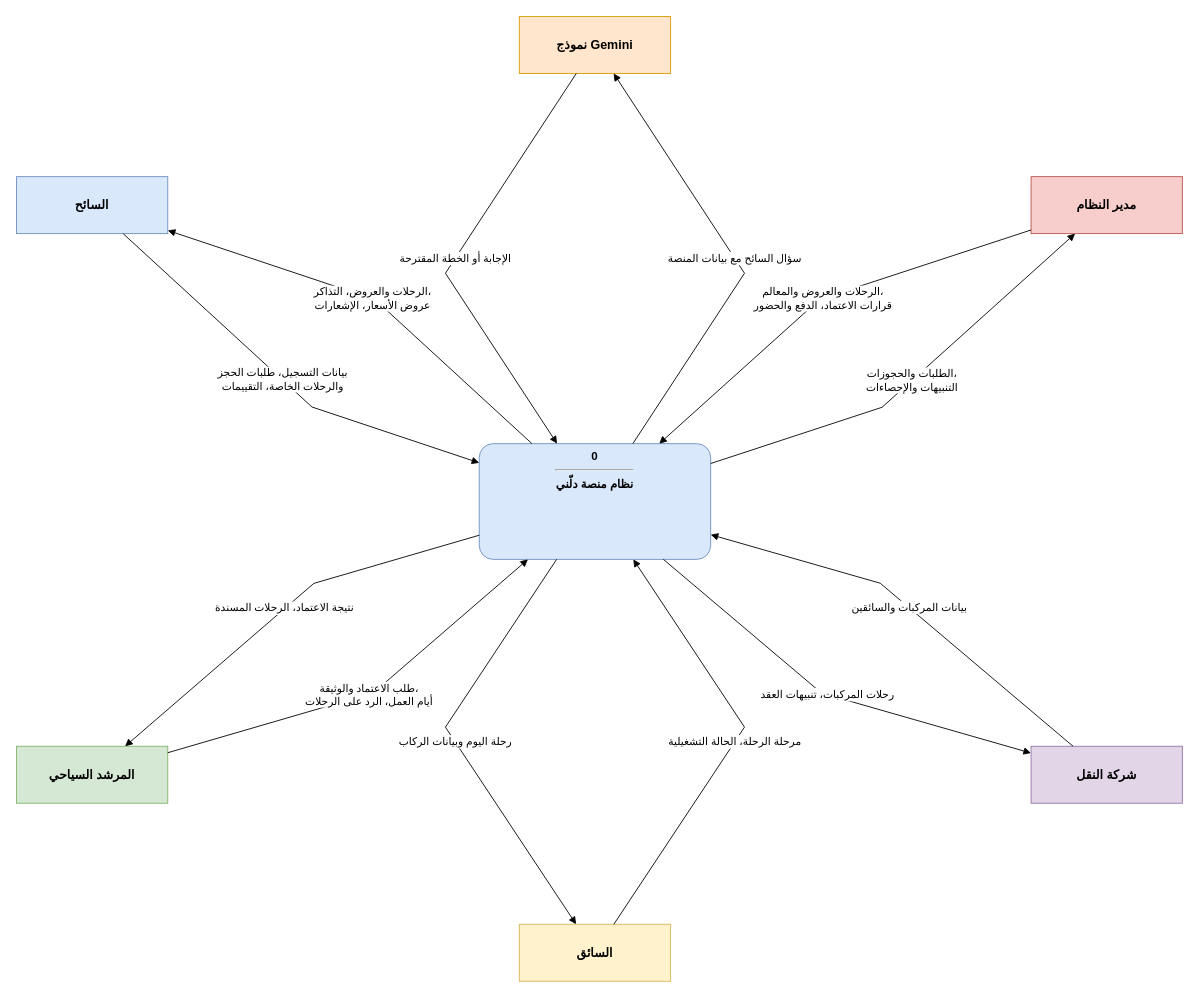
This is مخططات_التحليل_drawio/dfd00_context.drawio from masara-prog/Delni-project, a draw.io file, before an edit. Source tidied: cells renumbered, new cells numbered last; positions are measured from the earlier drawing's top-left corner, leaving out a move shared by most shapes. Both pictures are drawn from the tidied source at 89%, with x=0, y=0 at pixel (16, 16).
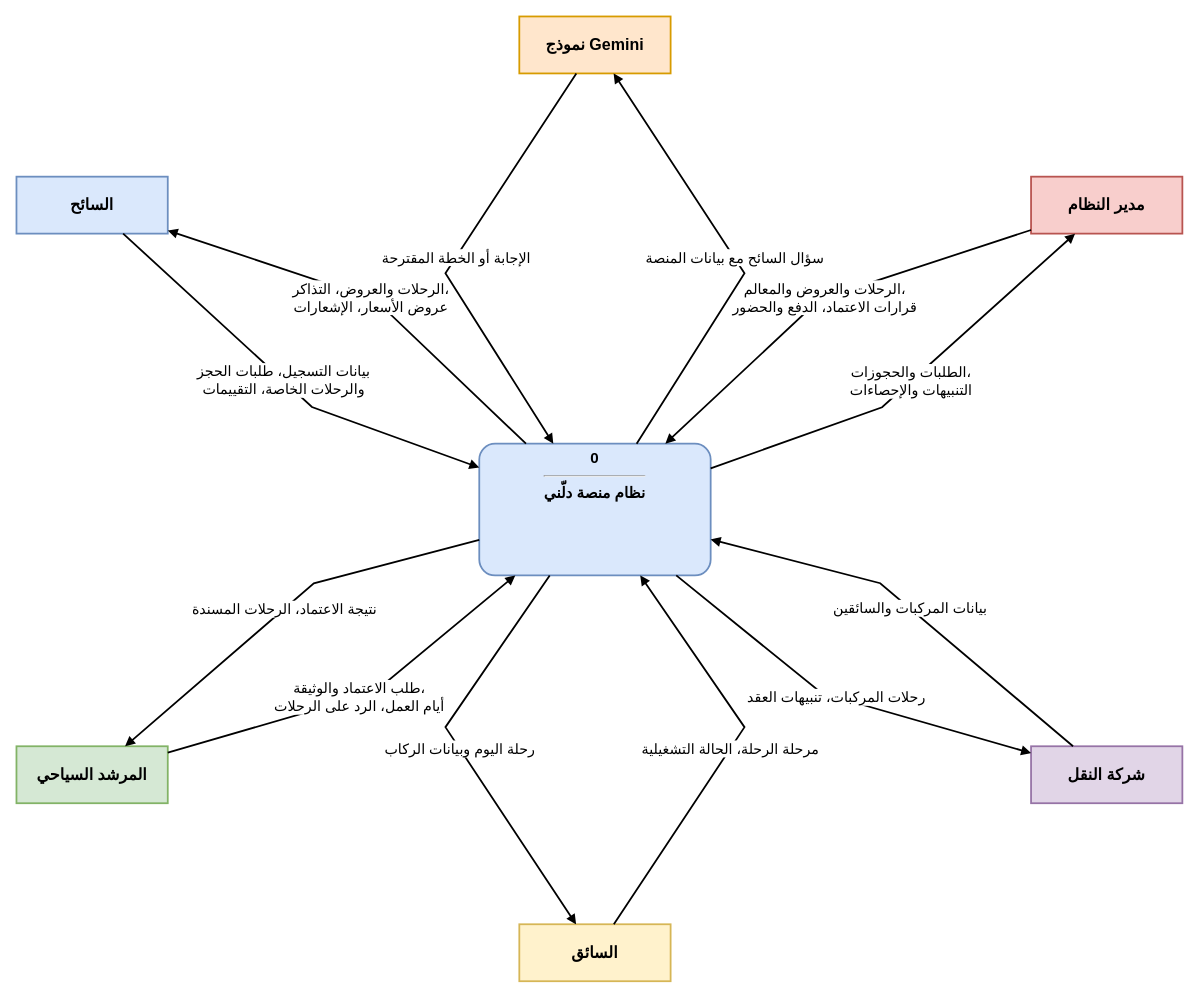
Above is the later version.

Diff of the diagram source:
```diff
@@
-    <mxCell id="2" value="&lt;b&gt;0&lt;/b&gt;&lt;hr&gt;نظام منصة دلّني" style="rounded=1;arcSize=12;verticalAlign=top;html=1;whiteSpace=wrap;fontFamily=Arial;fontSize=13;fontStyle=1;fillColor=#dae8fc;strokeColor=#6c8ebf;" parent="1" vertex="1">
-      <mxGeometry x="520" y="480" width="260" height="130" as="geometry" />
+    <mxCell id="2" value="&lt;b&gt;0&lt;/b&gt;&lt;hr&gt;نظام منصة دلّني" style="rounded=1;arcSize=12;verticalAlign=top;html=1;whiteSpace=wrap;fontFamily=Arial;fontSize=17;fontStyle=1;fillColor=#dae8fc;strokeColor=#6c8ebf;strokeWidth=2;" parent="1" vertex="1">
+      <mxGeometry x="520" y="480" width="260" height="148" as="geometry" />
     </mxCell>
-    <mxCell id="3" value="السائح" style="rounded=0;html=1;whiteSpace=wrap;fontFamily=Arial;fontSize=14;fontStyle=1;fillColor=#dae8fc;strokeColor=#6c8ebf;" parent="1" vertex="1">
+    <mxCell id="3" value="السائح" style="rounded=0;html=1;whiteSpace=wrap;fontFamily=Arial;fontSize=18;fontStyle=1;fillColor=#dae8fc;strokeColor=#6c8ebf;strokeWidth=2;" parent="1" vertex="1">
       <mxGeometry y="180" width="170" height="64" as="geometry" />
     </mxCell>
-    <mxCell id="4" value="المرشد السياحي" style="rounded=0;html=1;whiteSpace=wrap;fontFamily=Arial;fontSize=14;fontStyle=1;fillColor=#d5e8d4;strokeColor=#82b366;" parent="1" vertex="1">
+    <mxCell id="4" value="المرشد السياحي" style="rounded=0;html=1;whiteSpace=wrap;fontFamily=Arial;fontSize=18;fontStyle=1;fillColor=#d5e8d4;strokeColor=#82b366;strokeWidth=2;" parent="1" vertex="1">
       <mxGeometry y="820" width="170" height="64" as="geometry" />
     </mxCell>
-    <mxCell id="5" value="مدير النظام" style="rounded=0;html=1;whiteSpace=wrap;fontFamily=Arial;fontSize=14;fontStyle=1;fillColor=#f8cecc;strokeColor=#b85450;" parent="1" vertex="1">
+    <mxCell id="5" value="مدير النظام" style="rounded=0;html=1;whiteSpace=wrap;fontFamily=Arial;fontSize=18;fontStyle=1;fillColor=#f8cecc;strokeColor=#b85450;strokeWidth=2;" parent="1" vertex="1">
       <mxGeometry x="1140" y="180" width="170" height="64" as="geometry" />
     </mxCell>
-    <mxCell id="6" value="شركة النقل" style="rounded=0;html=1;whiteSpace=wrap;fontFamily=Arial;fontSize=14;fontStyle=1;fillColor=#e1d5e7;strokeColor=#9673a6;" parent="1" vertex="1">
+    <mxCell id="6" value="شركة النقل" style="rounded=0;html=1;whiteSpace=wrap;fontFamily=Arial;fontSize=18;fontStyle=1;fillColor=#e1d5e7;strokeColor=#9673a6;strokeWidth=2;" parent="1" vertex="1">
       <mxGeometry x="1140" y="820" width="170" height="64" as="geometry" />
     </mxCell>
-    <mxCell id="7" value="السائق" style="rounded=0;html=1;whiteSpace=wrap;fontFamily=Arial;fontSize=14;fontStyle=1;fillColor=#fff2cc;strokeColor=#d6b656;" parent="1" vertex="1">
+    <mxCell id="7" value="السائق" style="rounded=0;html=1;whiteSpace=wrap;fontFamily=Arial;fontSize=18;fontStyle=1;fillColor=#fff2cc;strokeColor=#d6b656;strokeWidth=2;" parent="1" vertex="1">
       <mxGeometry x="565" y="1020" width="170" height="64" as="geometry" />
     </mxCell>
-    <mxCell id="8" value="نموذج Gemini" style="rounded=0;html=1;whiteSpace=wrap;fontFamily=Arial;fontSize=14;fontStyle=1;fillColor=#ffe6cc;strokeColor=#d79b00;" parent="1" vertex="1">
+    <mxCell id="8" value="نموذج Gemini" style="rounded=0;html=1;whiteSpace=wrap;fontFamily=Arial;fontSize=18;fontStyle=1;fillColor=#ffe6cc;strokeColor=#d79b00;strokeWidth=2;" parent="1" vertex="1">
       <mxGeometry x="565" width="170" height="64" as="geometry" />
     </mxCell>
-    <mxCell id="9" value="بيانات التسجيل، طلبات الحجز&lt;br&gt;والرحلات الخاصة، التقييمات" style="endArrow=block;endFill=1;html=1;rounded=0;fontFamily=Arial;fontSize=12;labelBackgroundColor=#ffffff;" parent="1" edge="1" source="3" target="2">
+    <mxCell id="9" value="بيانات التسجيل، طلبات الحجز&lt;br&gt;والرحلات الخاصة، التقييمات" style="endArrow=block;endFill=1;html=1;rounded=0;fontFamily=Arial;fontSize=16;labelBackgroundColor=#ffffff;strokeWidth=2;" parent="1" edge="1" source="3" target="2">
       <mxGeometry relative="1" as="geometry">
         <Array as="points">
           <mxPoint x="332" y="438.8" />
         </Array>
       </mxGeometry>
     </mxCell>
-    <mxCell id="10" value="الرحلات والعروض، التذاكر،&lt;br&gt;عروض الأسعار، الإشعارات" style="endArrow=block;endFill=1;html=1;rounded=0;fontFamily=Arial;fontSize=12;labelBackgroundColor=#ffffff;" parent="1" edge="1" source="2" target="3">
+    <mxCell id="10" value="الرحلات والعروض، التذاكر،&lt;br&gt;عروض الأسعار، الإشعارات" style="endArrow=block;endFill=1;html=1;rounded=0;fontFamily=Arial;fontSize=16;labelBackgroundColor=#ffffff;strokeWidth=2;" parent="1" edge="1" source="2" target="3">
       <mxGeometry relative="1" as="geometry">
         <Array as="points">
           <mxPoint x="403" y="318.2" />
         </Array>
       </mxGeometry>
     </mxCell>
-    <mxCell id="11" value="طلب الاعتماد والوثيقة،&lt;br&gt;أيام العمل، الرد على الرحلات" style="endArrow=block;endFill=1;html=1;rounded=0;fontFamily=Arial;fontSize=12;labelBackgroundColor=#ffffff;" parent="1" edge="1" source="4" target="2">
+    <mxCell id="11" value="طلب الاعتماد والوثيقة،&lt;br&gt;أيام العمل، الرد على الرحلات" style="endArrow=block;endFill=1;html=1;rounded=0;fontFamily=Arial;fontSize=16;labelBackgroundColor=#ffffff;strokeWidth=2;" parent="1" edge="1" source="4" target="2">
       <mxGeometry relative="1" as="geometry">
         <Array as="points">
           <mxPoint x="400.9" y="760" />
         </Array>
       </mxGeometry>
     </mxCell>
-    <mxCell id="12" value="نتيجة الاعتماد، الرحلات المسندة" style="endArrow=block;endFill=1;html=1;rounded=0;fontFamily=Arial;fontSize=12;labelBackgroundColor=#ffffff;" parent="1" edge="1" source="2" target="4">
+    <mxCell id="12" value="نتيجة الاعتماد، الرحلات المسندة" style="endArrow=block;endFill=1;html=1;rounded=0;fontFamily=Arial;fontSize=16;labelBackgroundColor=#ffffff;strokeWidth=2;" parent="1" edge="1" source="2" target="4">
       <mxGeometry relative="1" as="geometry">
         <Array as="points">
           <mxPoint x="334.1" y="637" />
         </Array>
       </mxGeometry>
     </mxCell>
-    <mxCell id="13" value="الرحلات والعروض والمعالم،&lt;br&gt;قرارات الاعتماد، الدفع والحضور" style="endArrow=block;endFill=1;html=1;rounded=0;fontFamily=Arial;fontSize=12;labelBackgroundColor=#ffffff;" parent="1" edge="1" source="5" target="2">
+    <mxCell id="13" value="الرحلات والعروض والمعالم،&lt;br&gt;قرارات الاعتماد، الدفع والحضور" style="endArrow=block;endFill=1;html=1;rounded=0;fontFamily=Arial;fontSize=16;labelBackgroundColor=#ffffff;strokeWidth=2;" parent="1" edge="1" source="5" target="2">
       <mxGeometry relative="1" as="geometry">
         <Array as="points">
           <mxPoint x="902.4" y="317.9" />
         </Array>
       </mxGeometry>
     </mxCell>
-    <mxCell id="14" value="الطلبات والحجوزات،&lt;br&gt;التنبيهات والإحصاءات" style="endArrow=block;endFill=1;html=1;rounded=0;fontFamily=Arial;fontSize=12;labelBackgroundColor=#ffffff;" parent="1" edge="1" source="2" target="5">
+    <mxCell id="14" value="الطلبات والحجوزات،&lt;br&gt;التنبيهات والإحصاءات" style="endArrow=block;endFill=1;html=1;rounded=0;fontFamily=Arial;fontSize=16;labelBackgroundColor=#ffffff;strokeWidth=2;" parent="1" edge="1" source="2" target="5">
       <mxGeometry relative="1" as="geometry">
         <Array as="points">
           <mxPoint x="972.6" y="439.1" />
         </Array>
       </mxGeometry>
     </mxCell>
-    <mxCell id="15" value="بيانات المركبات والسائقين" style="endArrow=block;endFill=1;html=1;rounded=0;fontFamily=Arial;fontSize=12;labelBackgroundColor=#ffffff;" parent="1" edge="1" source="6" target="2">
+    <mxCell id="15" value="بيانات المركبات والسائقين" style="endArrow=block;endFill=1;html=1;rounded=0;fontFamily=Arial;fontSize=16;labelBackgroundColor=#ffffff;strokeWidth=2;" parent="1" edge="1" source="6" target="2">
       <mxGeometry relative="1" as="geometry">
         <Array as="points">
           <mxPoint x="970.5" y="636.8" />
         </Array>
       </mxGeometry>
     </mxCell>
-    <mxCell id="16" value="رحلات المركبات، تنبيهات العقد" style="endArrow=block;endFill=1;html=1;rounded=0;fontFamily=Arial;fontSize=12;labelBackgroundColor=#ffffff;" parent="1" edge="1" source="2" target="6">
+    <mxCell id="16" value="رحلات المركبات، تنبيهات العقد" style="endArrow=block;endFill=1;html=1;rounded=0;fontFamily=Arial;fontSize=16;labelBackgroundColor=#ffffff;strokeWidth=2;" parent="1" edge="1" source="2" target="6">
       <mxGeometry relative="1" as="geometry">
         <Array as="points">
           <mxPoint x="904.5" y="760.2" />
         </Array>
       </mxGeometry>
     </mxCell>
-    <mxCell id="17" value="مرحلة الرحلة، الحالة التشغيلية" style="endArrow=block;endFill=1;html=1;rounded=0;fontFamily=Arial;fontSize=12;labelBackgroundColor=#ffffff;" parent="1" edge="1" source="7" target="2">
+    <mxCell id="17" value="مرحلة الرحلة، الحالة التشغيلية" style="endArrow=block;endFill=1;html=1;rounded=0;fontFamily=Arial;fontSize=16;labelBackgroundColor=#ffffff;strokeWidth=2;" parent="1" edge="1" source="7" target="2">
       <mxGeometry relative="1" as="geometry">
         <Array as="points">
           <mxPoint x="818" y="798.5" />
         </Array>
       </mxGeometry>
     </mxCell>
-    <mxCell id="18" value="رحلة اليوم وبيانات الركاب" style="endArrow=block;endFill=1;html=1;rounded=0;fontFamily=Arial;fontSize=12;labelBackgroundColor=#ffffff;" parent="1" edge="1" source="2" target="7">
+    <mxCell id="18" value="رحلة اليوم وبيانات الركاب" style="endArrow=block;endFill=1;html=1;rounded=0;fontFamily=Arial;fontSize=16;labelBackgroundColor=#ffffff;strokeWidth=2;" parent="1" edge="1" source="2" target="7">
       <mxGeometry relative="1" as="geometry">
         <Array as="points">
           <mxPoint x="482" y="798.5" />
         </Array>
       </mxGeometry>
     </mxCell>
-    <mxCell id="19" value="سؤال السائح مع بيانات المنصة" style="endArrow=block;endFill=1;html=1;rounded=0;fontFamily=Arial;fontSize=12;labelBackgroundColor=#ffffff;" parent="1" edge="1" source="2" target="8">
+    <mxCell id="19" value="سؤال السائح مع بيانات المنصة" style="endArrow=block;endFill=1;html=1;rounded=0;fontFamily=Arial;fontSize=16;labelBackgroundColor=#ffffff;strokeWidth=2;" parent="1" edge="1" source="2" target="8">
       <mxGeometry relative="1" as="geometry">
         <Array as="points">
           <mxPoint x="818" y="288.5" />
         </Array>
       </mxGeometry>
     </mxCell>
-    <mxCell id="20" value="الإجابة أو الخطة المقترحة" style="endArrow=block;endFill=1;html=1;rounded=0;fontFamily=Arial;fontSize=12;labelBackgroundColor=#ffffff;" parent="1" edge="1" source="8" target="2">
+    <mxCell id="20" value="الإجابة أو الخطة المقترحة" style="endArrow=block;endFill=1;html=1;rounded=0;fontFamily=Arial;fontSize=16;labelBackgroundColor=#ffffff;strokeWidth=2;" parent="1" edge="1" source="8" target="2">
       <mxGeometry relative="1" as="geometry">
         <Array as="points">
           <mxPoint x="482" y="288.5" />
         </Array>
       </mxGeometry>
     </mxCell>
```
